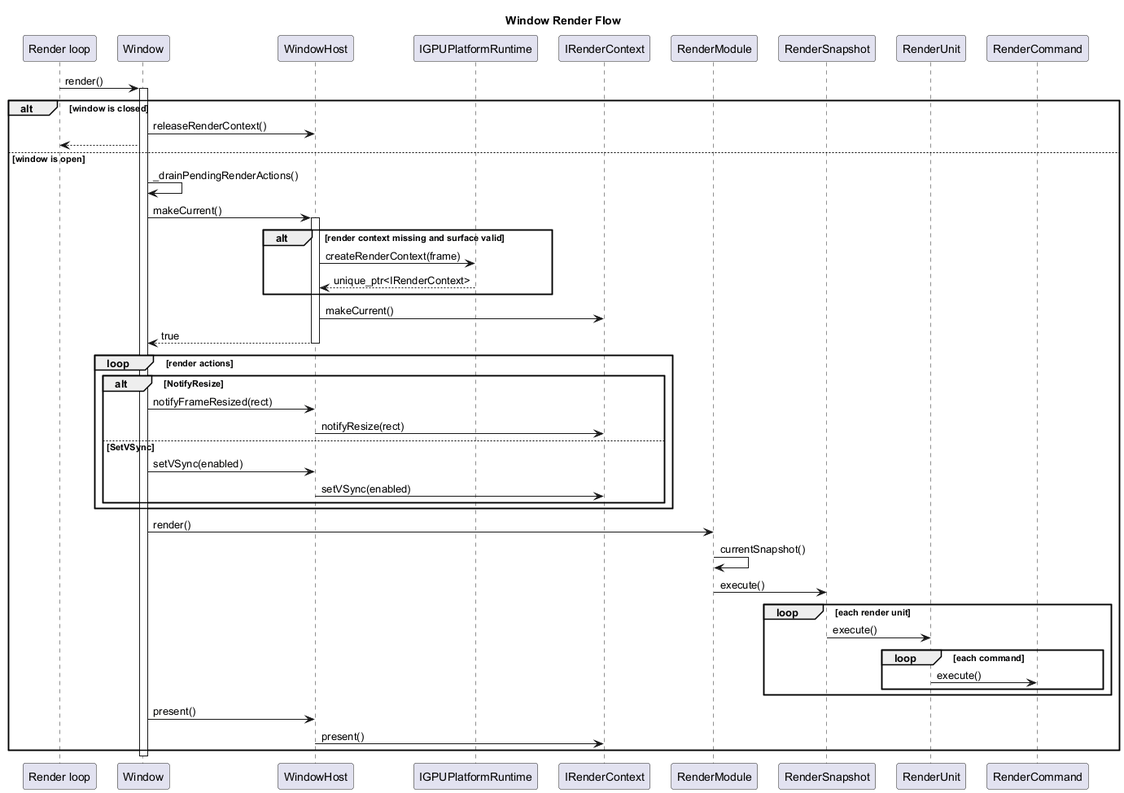
The PlantUML diagram documentation/architecture/diagrams/window-render-sequence.png in Hyarius/Sparkle, before a commit.
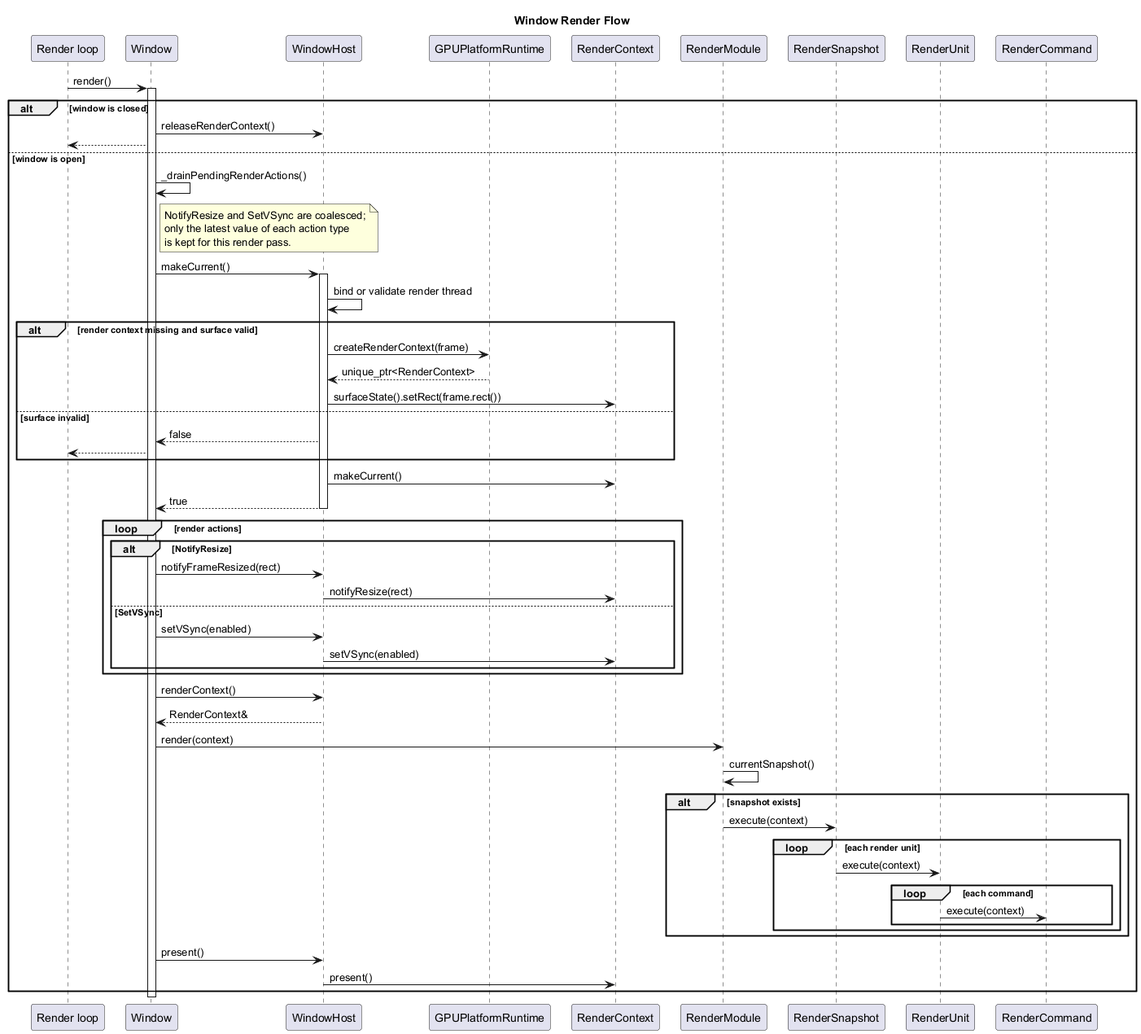
Later version of the same file.

Diff of the diagram source:
```diff
@@ -6,8 +6,8 @@
 participant "Render loop" as RenderLoop
 participant "Window" as Window
 participant "WindowHost" as Host
-participant "IGPUPlatformRuntime" as GPURuntime
-participant "IRenderContext" as Context
+participant "GPUPlatformRuntime" as GPURuntime
+participant "RenderContext" as Context
 participant "RenderModule" as RenderModule
 participant "RenderSnapshot" as Snapshot
 participant "RenderUnit" as Unit
@@ -21,11 +21,21 @@
 	Window --> RenderLoop
 else window is open
 	Window -> Window : _drainPendingRenderActions()
+	note right of Window
+	NotifyResize and SetVSync are coalesced;
+	only the latest value of each action type
+	is kept for this render pass.
+	end note
 	Window -> Host : makeCurrent()
 	activate Host
+	Host -> Host : bind or validate render thread
 	alt render context missing and surface valid
 		Host -> GPURuntime : createRenderContext(frame)
-		GPURuntime --> Host : unique_ptr<IRenderContext>
+		GPURuntime --> Host : unique_ptr<RenderContext>
+		Host -> Context : surfaceState().setRect(frame.rect())
+	else surface invalid
+		Host --> Window : false
+		Window --> RenderLoop
 	end
 	Host -> Context : makeCurrent()
 	Host --> Window : true
@@ -41,13 +51,17 @@
 		end
 	end
 
-	Window -> RenderModule : render()
+	Window -> Host : renderContext()
+	Host --> Window : RenderContext&
+	Window -> RenderModule : render(context)
 	RenderModule -> RenderModule : currentSnapshot()
-	RenderModule -> Snapshot : execute()
-	loop each render unit
-		Snapshot -> Unit : execute()
-		loop each command
-			Unit -> Command : execute()
+	alt snapshot exists
+		RenderModule -> Snapshot : execute(context)
+		loop each render unit
+			Snapshot -> Unit : execute(context)
+			loop each command
+				Unit -> Command : execute(context)
+			end
 		end
 	end
 	Window -> Host : present()
```
